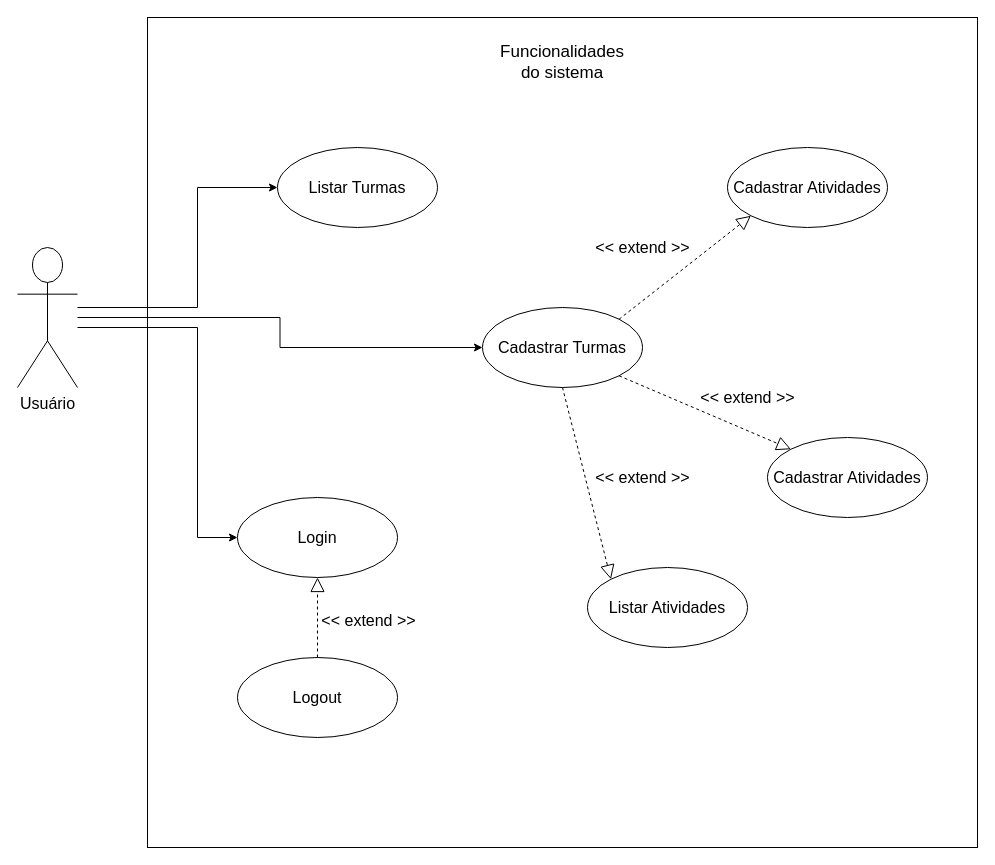
Earlier version of the draw.io diagram diagramas/Diagrama sem nome.drawio (ViniciusAlmeid4/spteste). Source tidied: cells renumbered, new cells numbered last; positions are measured from the earlier drawing's top-left corner, leaving out a move shared by most shapes. Both pictures are drawn from the tidied source at 100%, with x=0, y=0 at pixel (17, 17).
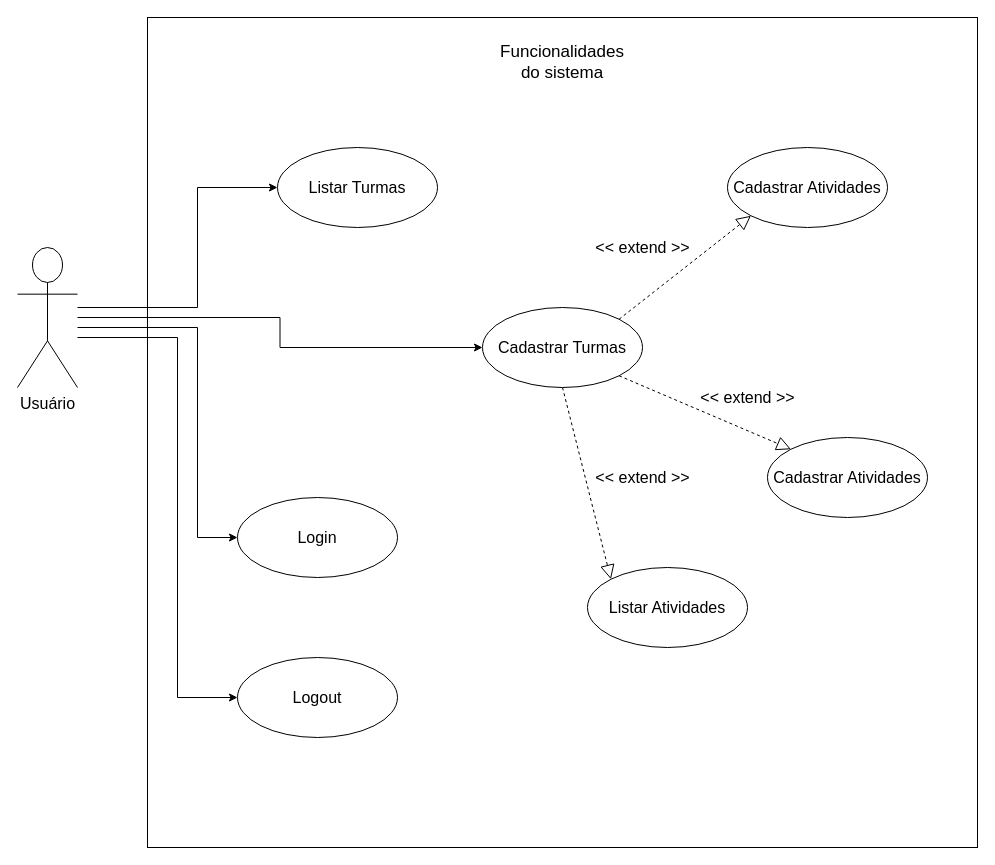
Above is the later version.

Commit message:
login separado do logout

The change refers to these unchanged cells:
```xml
<mxCell id="7" value="Usuário" style="shape=umlActor;verticalLabelPosition=bottom;verticalAlign=top;html=1;outlineConnect=0;fontSize=16;" parent="1" vertex="1">
  <mxGeometry y="230" width="60" height="140" as="geometry" />
</mxCell>
<mxCell id="8" value="Login" style="ellipse;whiteSpace=wrap;html=1;fontSize=16;" parent="1" vertex="1">
  <mxGeometry x="220" y="480" width="160" height="80" as="geometry" />
</mxCell>
<mxCell id="9" value="Logout" style="ellipse;whiteSpace=wrap;html=1;fontSize=16;" parent="1" vertex="1">
  <mxGeometry x="220" y="640" width="160" height="80" as="geometry" />
</mxCell>
```

Diff of the diagram source:
```diff
@@
+    <mxCell id="23" style="edgeStyle=orthogonalEdgeStyle;rounded=0;jettySize=auto;html=1;entryX=0;entryY=0.5;entryDx=0;entryDy=0;" parent="1" edge="1" source="7" target="9">
+      <mxGeometry relative="1" as="geometry">
+        <Array as="points">
+          <mxPoint x="160" y="320" />
+          <mxPoint x="160" y="680" />
+        </Array>
+      </mxGeometry>
+    </mxCell>
@@
-    <mxCell id="10" style="endArrow=block;dashed=1;endFill=0;endSize=12;html=1;rounded=0;exitX=0.5;exitY=0;exitDx=0;exitDy=0;entryX=0.5;entryY=1;entryDx=0;entryDy=0;" parent="1" edge="1" source="9" target="8">
-      <mxGeometry relative="1" as="geometry" />
-    </mxCell>
-    <mxCell id="11" value="&lt;font style=&quot;font-size: 16px;&quot;&gt;&amp;lt;&amp;lt; extend &amp;gt;&amp;gt;&lt;/font&gt;" style="edgeLabel;html=1;align=center;verticalAlign=middle;" parent="10" vertex="1">
-      <mxGeometry x="-0.06" y="-2" relative="1" as="geometry">
-        <mxPoint x="48" as="offset" />
-      </mxGeometry>
-    </mxCell>
```
